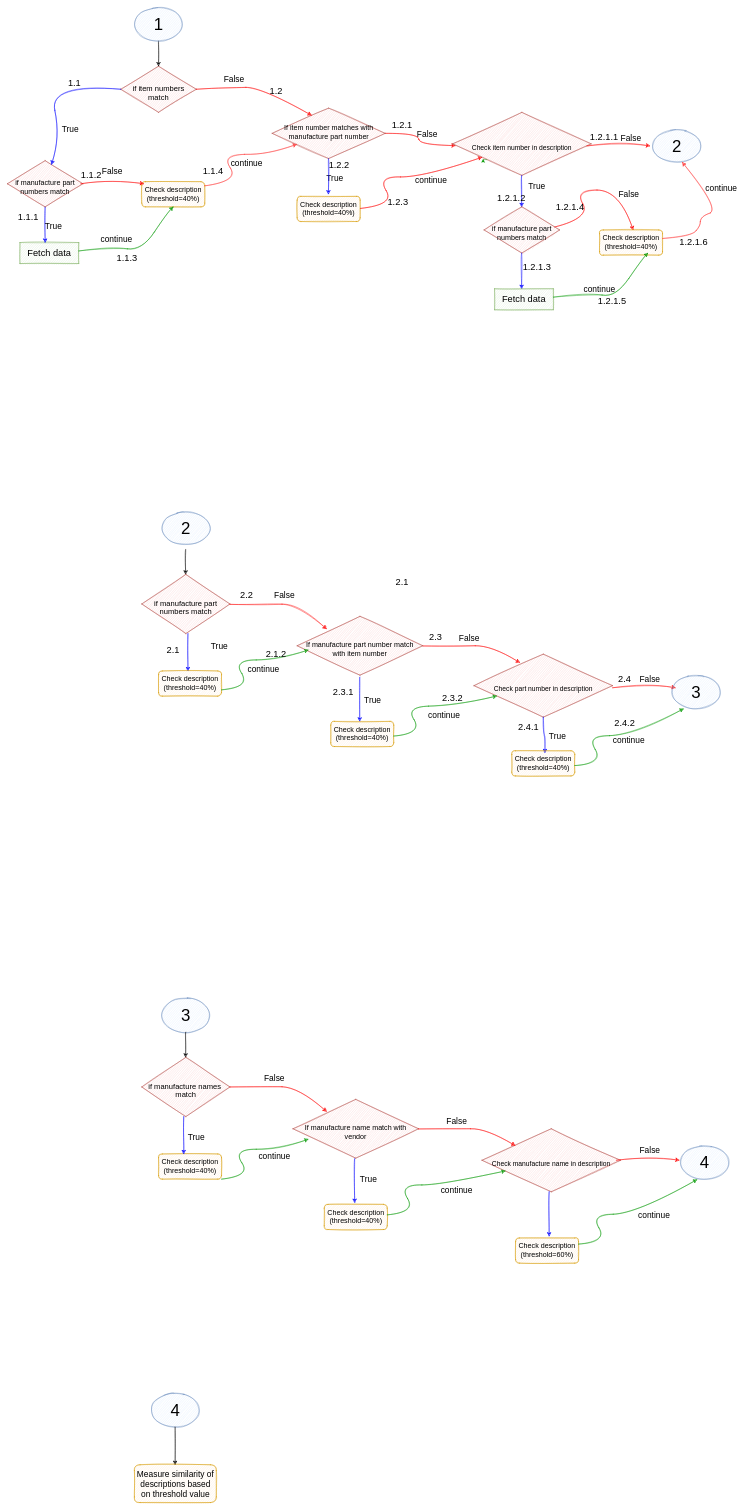
Earlier version of the draw.io diagram Untitled Diagram.drawio (Cavidan1999/Yandex-Translate-API). Source tidied: cells renumbered, new cells numbered last; positions are measured from the earlier drawing's top-left corner, leaving out a move shared by most shapes. Both pictures are drawn from the tidied source at 42%, with x=0, y=0 at pixel (7, 7).
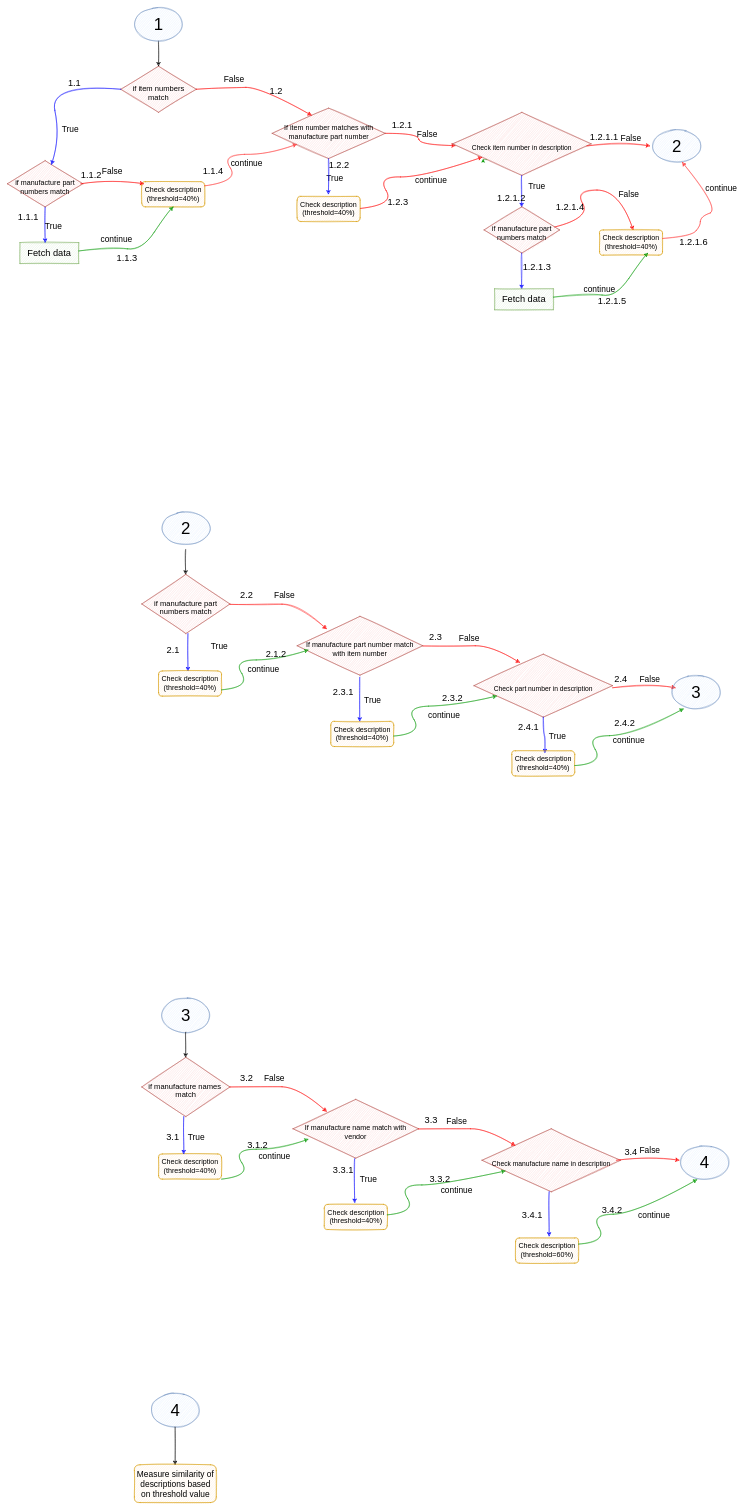
Above is the later version.

The edit, as a diff of the source:
```diff
@@
-    <mxCell id="119" value="&lt;font style=&quot;font-size: 22px&quot;&gt;2.1&lt;/font&gt;" style="text;html=1;strokeColor=none;fillColor=none;align=center;verticalAlign=middle;whiteSpace=wrap;rounded=0;" parent="1" vertex="1">
-      <mxGeometry x="920" y="1360" width="40" height="20" as="geometry" />
-    </mxCell>
@@
     <mxCell id="125" value="&lt;font style=&quot;font-size: 22px&quot;&gt;2.4&lt;/font&gt;" style="text;html=1;strokeColor=none;fillColor=none;align=center;verticalAlign=middle;whiteSpace=wrap;rounded=0;" parent="1" vertex="1">
-      <mxGeometry x="1450" y="1590" width="40" height="20" as="geometry" />
+      <mxGeometry x="1441" y="1590" width="40" height="20" as="geometry" />
     </mxCell>
@@
+    <mxCell id="127" value="&lt;font style=&quot;font-size: 22px&quot;&gt;3.1&lt;/font&gt;" style="text;html=1;strokeColor=none;fillColor=none;align=center;verticalAlign=middle;whiteSpace=wrap;rounded=0;" parent="1" vertex="1">
+      <mxGeometry x="374" y="2680" width="40" height="20" as="geometry" />
+    </mxCell>
+    <mxCell id="128" value="&lt;font style=&quot;font-size: 22px&quot;&gt;3.2&lt;/font&gt;" style="text;html=1;strokeColor=none;fillColor=none;align=center;verticalAlign=middle;whiteSpace=wrap;rounded=0;" parent="1" vertex="1">
+      <mxGeometry x="550" y="2540" width="40" height="20" as="geometry" />
+    </mxCell>
+    <mxCell id="129" value="&lt;font style=&quot;font-size: 22px&quot;&gt;3.1.2&lt;/font&gt;" style="text;html=1;strokeColor=none;fillColor=none;align=center;verticalAlign=middle;whiteSpace=wrap;rounded=0;" parent="1" vertex="1">
+      <mxGeometry x="575.5" y="2700" width="40" height="20" as="geometry" />
+    </mxCell>
+    <mxCell id="130" value="&lt;font style=&quot;font-size: 22px&quot;&gt;3.3&lt;/font&gt;" style="text;html=1;strokeColor=none;fillColor=none;align=center;verticalAlign=middle;whiteSpace=wrap;rounded=0;" parent="1" vertex="1">
+      <mxGeometry x="989" y="2641" width="40" height="20" as="geometry" />
+    </mxCell>
+    <mxCell id="131" value="&lt;font style=&quot;font-size: 22px&quot;&gt;3.3.1&lt;/font&gt;" style="text;html=1;strokeColor=none;fillColor=none;align=center;verticalAlign=middle;whiteSpace=wrap;rounded=0;" parent="1" vertex="1">
+      <mxGeometry x="780" y="2760" width="40" height="20" as="geometry" />
+    </mxCell>
+    <mxCell id="132" value="&lt;font style=&quot;font-size: 22px&quot;&gt;3.3.2&lt;/font&gt;" style="text;html=1;strokeColor=none;fillColor=none;align=center;verticalAlign=middle;whiteSpace=wrap;rounded=0;" parent="1" vertex="1">
+      <mxGeometry x="1010" y="2780" width="40" height="20" as="geometry" />
+    </mxCell>
+    <mxCell id="133" value="&lt;font style=&quot;font-size: 22px&quot;&gt;3.4&lt;/font&gt;" style="text;html=1;strokeColor=none;fillColor=none;align=center;verticalAlign=middle;whiteSpace=wrap;rounded=0;" parent="1" vertex="1">
+      <mxGeometry x="1465" y="2710" width="40" height="30" as="geometry" />
+    </mxCell>
+    <mxCell id="134" value="&lt;font style=&quot;font-size: 22px&quot;&gt;3.4.1&lt;/font&gt;" style="text;html=1;strokeColor=none;fillColor=none;align=center;verticalAlign=middle;whiteSpace=wrap;rounded=0;" parent="1" vertex="1">
+      <mxGeometry x="1230" y="2870" width="40" height="10" as="geometry" />
+    </mxCell>
+    <mxCell id="135" value="&lt;font style=&quot;font-size: 22px&quot;&gt;3.4.2&lt;/font&gt;" style="text;html=1;strokeColor=none;fillColor=none;align=center;verticalAlign=middle;whiteSpace=wrap;rounded=0;" parent="1" vertex="1">
+      <mxGeometry x="1420" y="2860" width="40" height="10" as="geometry" />
+    </mxCell>
```
